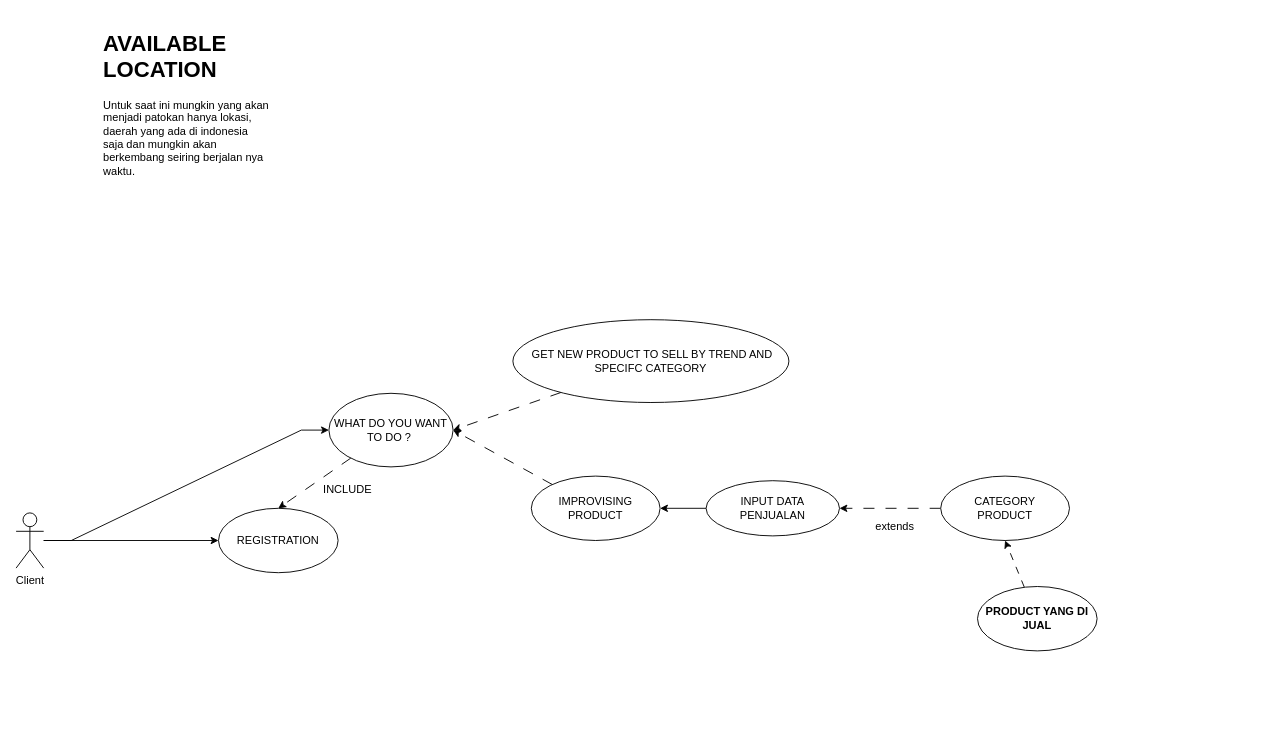
Earlier version of the draw.io diagram chart-drawIo/HACKER_SUBSMISSION_USECASE_SEQUENCE.drawio (azzaky9/hackfest-2024-web-app). Source tidied: cells renumbered, new cells numbered last; positions are measured from the earlier drawing's top-left corner, leaving out a move shared by most shapes. Both pictures are drawn from the tidied source at 92%, with x=0, y=0 at pixel (16, 25).
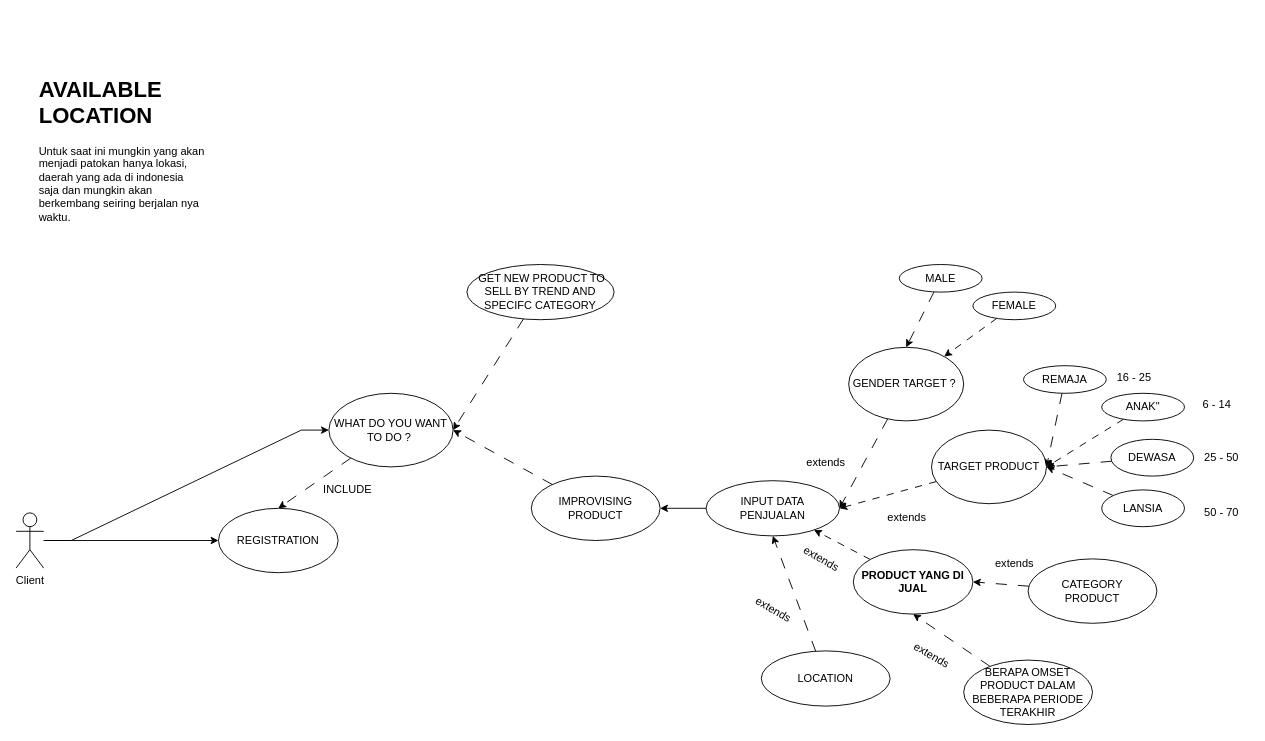
The same diagram, later.

Unchanged cells that the change refers to:
```xml
<mxCell id="7" value="INPUT DATA &lt;br&gt;PENJUALAN" style="ellipse;whiteSpace=wrap;html=1;" parent="1" vertex="1">
  <mxGeometry x="750" y="495" width="145" height="60" as="geometry" />
</mxCell>
```

What changed in the source:
```diff
@@
-    <mxCell id="8" style="rounded=0;jettySize=auto;html=1;entryX=0.5;entryY=1;entryDx=0;entryDy=0;dashed=1;dashPattern=8 8;" parent="1" edge="1" source="9" target="13">
+    <mxCell id="8" style="rounded=0;jettySize=auto;html=1;dashed=1;dashPattern=8 8;" parent="1" edge="1" source="9" target="7">
       <mxGeometry relative="1" as="geometry" />
     </mxCell>
     <mxCell id="9" value="&lt;b&gt;PRODUCT YANG DI JUAL&lt;/b&gt;" style="ellipse;whiteSpace=wrap;html=1;" parent="1" vertex="1">
-      <mxGeometry x="1045" y="610" width="130" height="70" as="geometry" />
+      <mxGeometry x="910" y="570" width="130" height="70" as="geometry" />
     </mxCell>
     <mxCell id="10" value="extends" style="text;html=1;align=center;verticalAlign=middle;strokeColor=none;fillColor=none;rotation=0;" parent="1" vertex="1">
-      <mxGeometry x="920" y="530" width="70" height="30" as="geometry" />
+      <mxGeometry x="1050" y="570" width="70" height="30" as="geometry" />
     </mxCell>
     <mxCell id="11" value="&lt;h1&gt;AVAILABLE LOCATION&lt;/h1&gt;&lt;p&gt;Untuk saat ini mungkin yang akan menjadi patokan hanya lokasi, daerah yang ada di indonesia saja dan mungkin akan berkembang seiring berjalan nya waktu.&lt;/p&gt;" style="text;html=1;strokeColor=none;fillColor=none;spacing=5;spacingTop=-20;whiteSpace=wrap;overflow=hidden;rounded=0;" parent="1" vertex="1">
-      <mxGeometry x="90" width="190" height="180" as="geometry" />
+      <mxGeometry x="20" y="50" width="190" height="180" as="geometry" />
     </mxCell>
-    <mxCell id="12" style="rounded=0;jettySize=auto;html=1;dashed=1;dashPattern=12 12;" parent="1" edge="1" source="13" target="7">
+    <mxCell id="12" style="rounded=0;jettySize=auto;html=1;dashed=1;dashPattern=12 12;entryX=1;entryY=0.5;entryDx=0;entryDy=0;" parent="1" edge="1" source="13" target="9">
       <mxGeometry relative="1" as="geometry" />
     </mxCell>
     <mxCell id="13" value="CATEGORY &lt;br&gt;PRODUCT" style="ellipse;whiteSpace=wrap;html=1;" parent="1" vertex="1">
-      <mxGeometry x="1005" y="490" width="140" height="70" as="geometry" />
+      <mxGeometry x="1100" y="580" width="140" height="70" as="geometry" />
     </mxCell>
@@
     <mxCell id="20" value="&amp;nbsp;GET NEW PRODUCT TO SELL BY TREND AND SPECIFC CATEGORY" style="ellipse;whiteSpace=wrap;html=1;" parent="1" vertex="1">
-      <mxGeometry x="540" y="320" width="300" height="90" as="geometry" />
+      <mxGeometry x="490" y="260" width="160" height="60" as="geometry" />
     </mxCell>
+    <mxCell id="21" value="extends" style="text;html=1;align=center;verticalAlign=middle;strokeColor=none;fillColor=none;rotation=30;" parent="1" vertex="1">
+      <mxGeometry x="840" y="565" width="70" height="30" as="geometry" />
+    </mxCell>
+    <mxCell id="22" style="rounded=0;jettySize=auto;html=1;entryX=0.5;entryY=1;entryDx=0;entryDy=0;dashed=1;dashPattern=12 12;" parent="1" edge="1" source="23" target="9">
+      <mxGeometry relative="1" as="geometry" />
+    </mxCell>
+    <mxCell id="23" value="BERAPA OMSET PRODUCT DALAM BEBERAPA PERIODE TERAKHIR" style="ellipse;whiteSpace=wrap;html=1;" parent="1" vertex="1">
+      <mxGeometry x="1030" y="690" width="140" height="70" as="geometry" />
+    </mxCell>
+    <mxCell id="24" value="extends" style="text;html=1;align=center;verticalAlign=middle;strokeColor=none;fillColor=none;rotation=30;" parent="1" vertex="1">
+      <mxGeometry x="960" y="670" width="70" height="30" as="geometry" />
+    </mxCell>
+    <mxCell id="25" style="rounded=0;jettySize=auto;html=1;entryX=1;entryY=0.5;entryDx=0;entryDy=0;dashed=1;dashPattern=8 8;" parent="1" edge="1" source="26" target="7">
+      <mxGeometry relative="1" as="geometry" />
+    </mxCell>
+    <mxCell id="26" value="TARGET PRODUCT" style="ellipse;whiteSpace=wrap;html=1;" parent="1" vertex="1">
+      <mxGeometry x="995" y="440" width="125" height="80" as="geometry" />
+    </mxCell>
+    <mxCell id="27" style="rounded=0;jettySize=auto;html=1;entryX=1;entryY=0.5;entryDx=0;entryDy=0;dashed=1;dashPattern=8 8;" parent="1" edge="1" source="28" target="26">
+      <mxGeometry relative="1" as="geometry" />
+    </mxCell>
+    <mxCell id="28" value="ANAK&quot;" style="ellipse;whiteSpace=wrap;html=1;" parent="1" vertex="1">
+      <mxGeometry x="1180" y="400" width="90" height="30" as="geometry" />
+    </mxCell>
+    <mxCell id="29" style="rounded=0;jettySize=auto;html=1;entryX=1;entryY=0.5;entryDx=0;entryDy=0;dashed=1;dashPattern=12 12;" parent="1" edge="1" source="30" target="26">
+      <mxGeometry relative="1" as="geometry" />
+    </mxCell>
+    <mxCell id="30" value="DEWASA" style="ellipse;whiteSpace=wrap;html=1;" parent="1" vertex="1">
+      <mxGeometry x="1190" y="450" width="90" height="40" as="geometry" />
+    </mxCell>
+    <mxCell id="31" style="rounded=0;jettySize=auto;html=1;entryX=1;entryY=0.5;entryDx=0;entryDy=0;dashed=1;dashPattern=12 12;" parent="1" edge="1" source="32" target="26">
+      <mxGeometry relative="1" as="geometry" />
+    </mxCell>
+    <mxCell id="32" value="LANSIA" style="ellipse;whiteSpace=wrap;html=1;" parent="1" vertex="1">
+      <mxGeometry x="1180" y="505" width="90" height="40" as="geometry" />
+    </mxCell>
+    <mxCell id="33" value="6 - 14" style="text;html=1;align=center;verticalAlign=middle;strokeColor=none;fillColor=none;" parent="1" vertex="1">
+      <mxGeometry x="1280" y="398" width="50" height="30" as="geometry" />
+    </mxCell>
+    <mxCell id="34" value="25 - 50" style="text;html=1;align=center;verticalAlign=middle;strokeColor=none;fillColor=none;" parent="1" vertex="1">
+      <mxGeometry x="1280" y="455" width="60" height="30" as="geometry" />
+    </mxCell>
+    <mxCell id="35" value="50 - 70" style="text;html=1;align=center;verticalAlign=middle;strokeColor=none;fillColor=none;" parent="1" vertex="1">
+      <mxGeometry x="1280" y="515" width="60" height="30" as="geometry" />
+    </mxCell>
+    <mxCell id="36" style="rounded=0;jettySize=auto;html=1;entryX=1;entryY=0.5;entryDx=0;entryDy=0;dashed=1;dashPattern=12 12;" parent="1" edge="1" source="37" target="26">
+      <mxGeometry relative="1" as="geometry" />
+    </mxCell>
+    <mxCell id="37" value="REMAJA" style="ellipse;whiteSpace=wrap;html=1;" parent="1" vertex="1">
+      <mxGeometry x="1095" y="370" width="90" height="30" as="geometry" />
+    </mxCell>
+    <mxCell id="38" value="16 - 25" style="text;html=1;align=center;verticalAlign=middle;strokeColor=none;fillColor=none;" parent="1" vertex="1">
+      <mxGeometry x="1185" y="368" width="60" height="30" as="geometry" />
+    </mxCell>
+    <mxCell id="39" style="rounded=0;jettySize=auto;html=1;entryX=1;entryY=0.5;entryDx=0;entryDy=0;dashed=1;dashPattern=12 12;" parent="1" edge="1" source="40" target="7">
+      <mxGeometry relative="1" as="geometry" />
+    </mxCell>
+    <mxCell id="40" value="GENDER TARGET ?&amp;nbsp;" style="ellipse;whiteSpace=wrap;html=1;" parent="1" vertex="1">
+      <mxGeometry x="905" y="350" width="125" height="80" as="geometry" />
+    </mxCell>
+    <mxCell id="41" style="rounded=0;jettySize=auto;html=1;entryX=0.5;entryY=0;entryDx=0;entryDy=0;dashed=1;dashPattern=12 12;" parent="1" edge="1" source="42" target="40">
+      <mxGeometry relative="1" as="geometry" />
+    </mxCell>
+    <mxCell id="42" value="MALE" style="ellipse;whiteSpace=wrap;html=1;" parent="1" vertex="1">
+      <mxGeometry x="960" y="260" width="90" height="30" as="geometry" />
+    </mxCell>
+    <mxCell id="43" style="rounded=0;jettySize=auto;html=1;dashed=1;dashPattern=8 8;" parent="1" edge="1" source="44" target="40">
+      <mxGeometry relative="1" as="geometry" />
+    </mxCell>
+    <mxCell id="44" value="FEMALE" style="ellipse;whiteSpace=wrap;html=1;" parent="1" vertex="1">
+      <mxGeometry x="1040" y="290" width="90" height="30" as="geometry" />
+    </mxCell>
+    <mxCell id="45" style="rounded=0;jettySize=auto;html=1;entryX=0.5;entryY=1;entryDx=0;entryDy=0;dashed=1;dashPattern=12 12;" parent="1" edge="1" source="46" target="7">
+      <mxGeometry relative="1" as="geometry" />
+    </mxCell>
+    <mxCell id="46" value="LOCATION" style="ellipse;whiteSpace=wrap;html=1;" parent="1" vertex="1">
+      <mxGeometry x="810" y="680" width="140" height="60" as="geometry" />
+    </mxCell>
+    <mxCell id="47" value="extends" style="text;html=1;align=center;verticalAlign=middle;strokeColor=none;fillColor=none;rotation=30;" parent="1" vertex="1">
+      <mxGeometry x="787.5" y="620" width="70" height="30" as="geometry" />
+    </mxCell>
+    <mxCell id="48" value="extends" style="text;html=1;align=center;verticalAlign=middle;strokeColor=none;fillColor=none;rotation=0;" parent="1" vertex="1">
+      <mxGeometry x="845" y="460" width="70" height="30" as="geometry" />
+    </mxCell>
+    <mxCell id="49" value="extends" style="text;html=1;align=center;verticalAlign=middle;strokeColor=none;fillColor=none;rotation=0;" parent="1" vertex="1">
+      <mxGeometry x="932.5" y="520" width="70" height="30" as="geometry" />
+    </mxCell>
```
